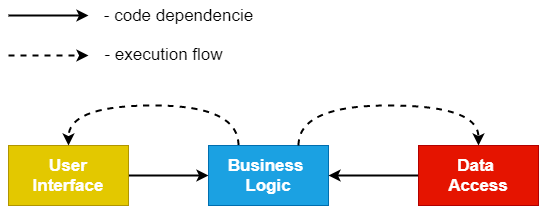
Before: docs/images/module-dependencies.png, a diagram exported from draw.io (iamprovidence/PostOffice). Source tidied: cells renumbered, new cells last; positions are measured from the earlier drawing's top-left corner, leaving out a move shared by most shapes.
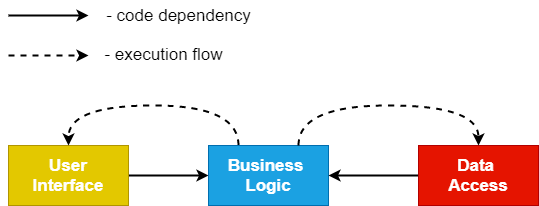
The same diagram one commit later.

Diff of the diagram source:
```diff
@@ -48,7 +48,7 @@
         <mxPoint x="80" y="15" as="targetPoint" />
       </mxGeometry>
     </mxCell>
-    <mxCell id="11" value="- code dependencie" style="text;html=1;align=center;verticalAlign=middle;fontSize=17;" parent="1" vertex="1">
+    <mxCell id="11" value="- code dependency" style="text;html=1;align=center;verticalAlign=middle;fontSize=17;" parent="1" vertex="1">
       <mxGeometry x="90" width="160" height="30" as="geometry" />
     </mxCell>
     <mxCell id="12" value="- execution flow" style="text;html=1;align=center;verticalAlign=middle;fontSize=17;" parent="1" vertex="1">
```
